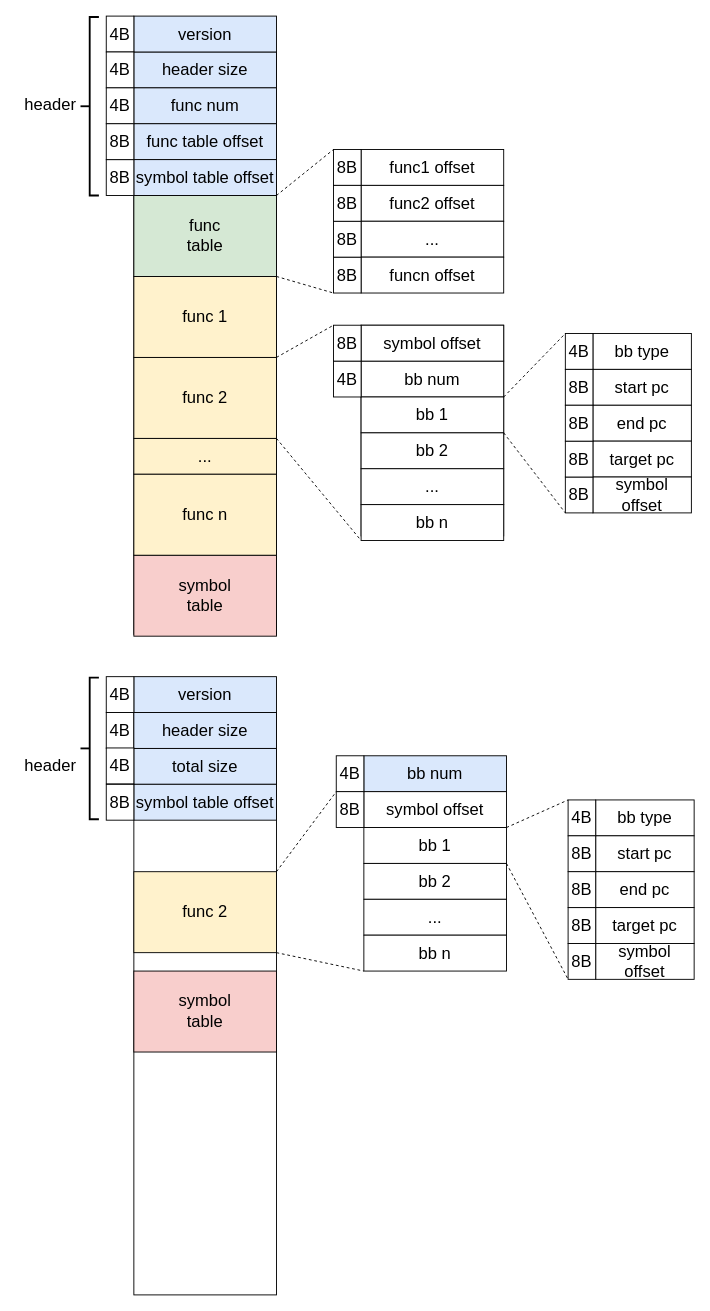
Before: cfg 二进制布局设计.drawio in liyp1120/draw.io, a draw.io diagram. Source tidied: cells renumbered, new cells numbered last; positions are measured from the earlier drawing's top-left corner, leaving out a move shared by most shapes. Both pictures are drawn from the tidied source at 92%, with x=0, y=0 at pixel (16, 16).
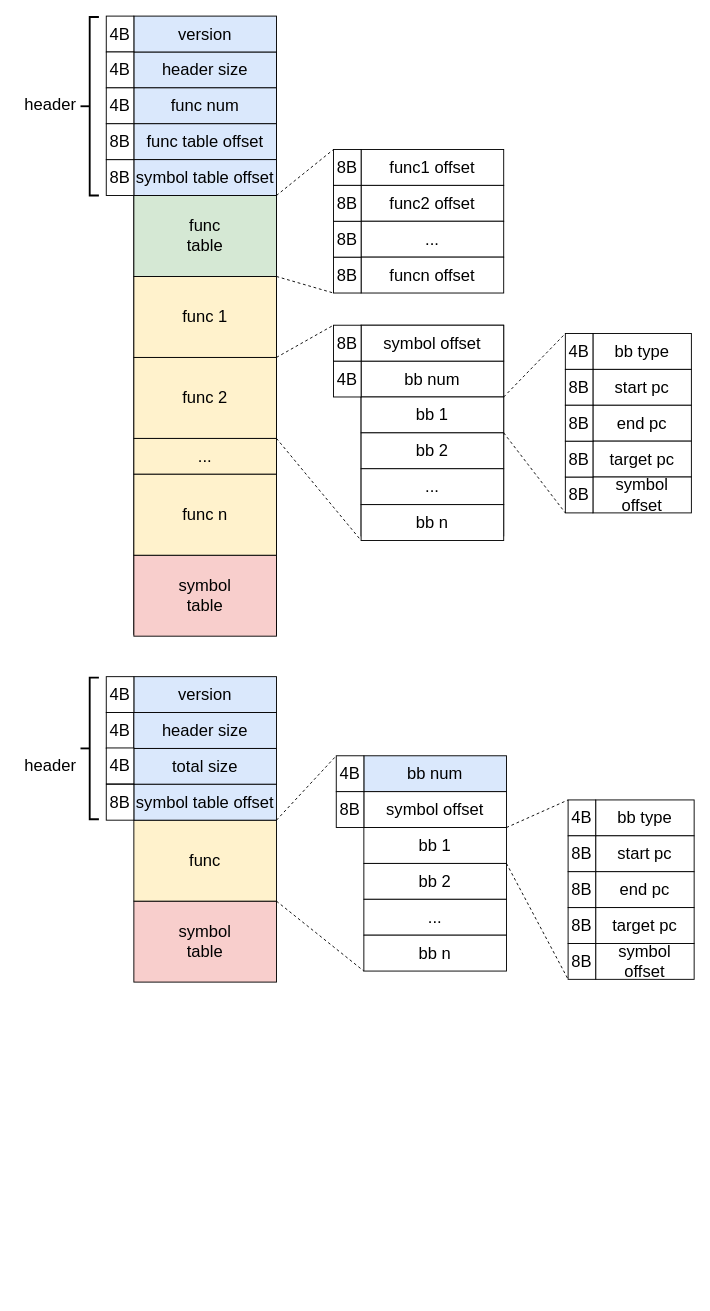
After the change.

Commit message:
更新cfg 二进制布局设计.drawio

Unchanged cells that the change refers to:
```xml
<mxCell id="75" value="&lt;font style=&quot;font-size: 18px;&quot;&gt;4B&lt;/font&gt;" style="rounded=0;whiteSpace=wrap;html=1;" parent="1" vertex="1">
  <mxGeometry x="348" y="804" width="30" height="39" as="geometry" />
</mxCell>
<mxCell id="78" value="&lt;font style=&quot;font-size: 18px;&quot;&gt;8B&lt;/font&gt;" style="rounded=0;whiteSpace=wrap;html=1;" parent="1" vertex="1">
  <mxGeometry x="348" y="843" width="30" height="39" as="geometry" />
</mxCell>
```

What changed in the source:
```diff
@@
-    <mxCell id="54" style="rounded=0;whiteSpace=wrap;html=1;" parent="1" vertex="1">
-      <mxGeometry x="128" y="757" width="155" height="633" as="geometry" />
-    </mxCell>
@@
     <mxCell id="58" value="&lt;font style=&quot;font-size: 18px;&quot;&gt;symbol&lt;br&gt;table&lt;br&gt;&lt;/font&gt;" style="rounded=0;whiteSpace=wrap;html=1;fillColor=#f8cecc;strokeColor=default;" parent="1" vertex="1">
-      <mxGeometry x="128" y="1038" width="155" height="88" as="geometry" />
+      <mxGeometry x="128" y="962" width="155" height="88" as="geometry" />
     </mxCell>
-    <mxCell id="59" value="&lt;font style=&quot;font-size: 18px;&quot;&gt;func 2&lt;/font&gt;" style="rounded=0;whiteSpace=wrap;html=1;fillColor=#fff2cc;strokeColor=default;" parent="1" vertex="1">
-      <mxGeometry x="128" y="930" width="155" height="88" as="geometry" />
+    <mxCell id="59" value="&lt;font style=&quot;font-size: 18px;&quot;&gt;func&lt;/font&gt;" style="rounded=0;whiteSpace=wrap;html=1;fillColor=#fff2cc;strokeColor=default;" parent="1" vertex="1">
+      <mxGeometry x="128" y="874" width="155" height="88" as="geometry" />
     </mxCell>
@@
-    <mxCell id="79" style="rounded=0;jettySize=auto;html=1;exitX=1;exitY=0;exitDx=0;exitDy=0;entryX=0;entryY=0;entryDx=0;entryDy=0;endArrow=none;dashed=1;" parent="1" edge="1" source="59" target="78">
+    <mxCell id="79" style="rounded=0;jettySize=auto;html=1;exitX=1;exitY=0;exitDx=0;exitDy=0;entryX=0;entryY=0;entryDx=0;entryDy=0;endArrow=none;dashed=1;" parent="1" edge="1" source="59" target="75">
       <mxGeometry relative="1" as="geometry" />
     </mxCell>
```
